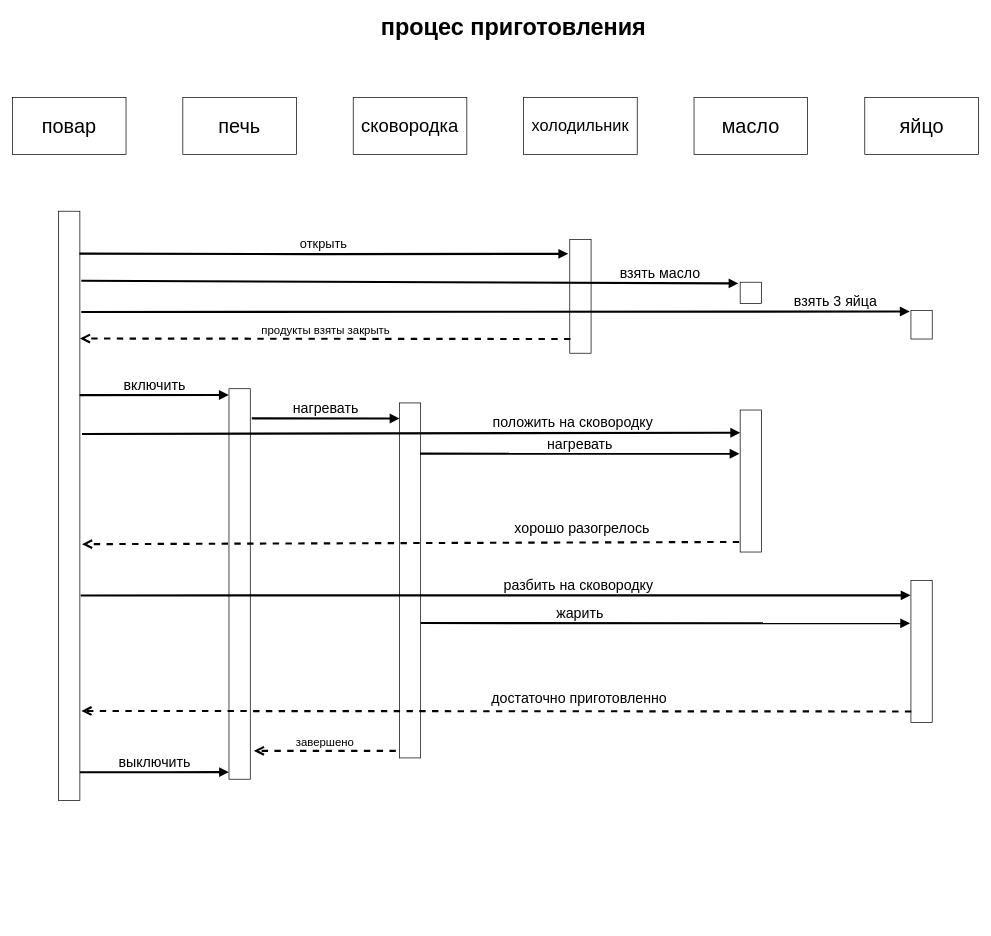
This is Untitled Diagram.drawio from NikolajGrom/Nik, a draw.io file, before an edit. Source tidied: cells renumbered, new cells numbered last; positions are measured from the earlier drawing's top-left corner, leaving out a move shared by most shapes. Both pictures are drawn from the tidied source at 71%, with x=0, y=0 at pixel (12, 12).
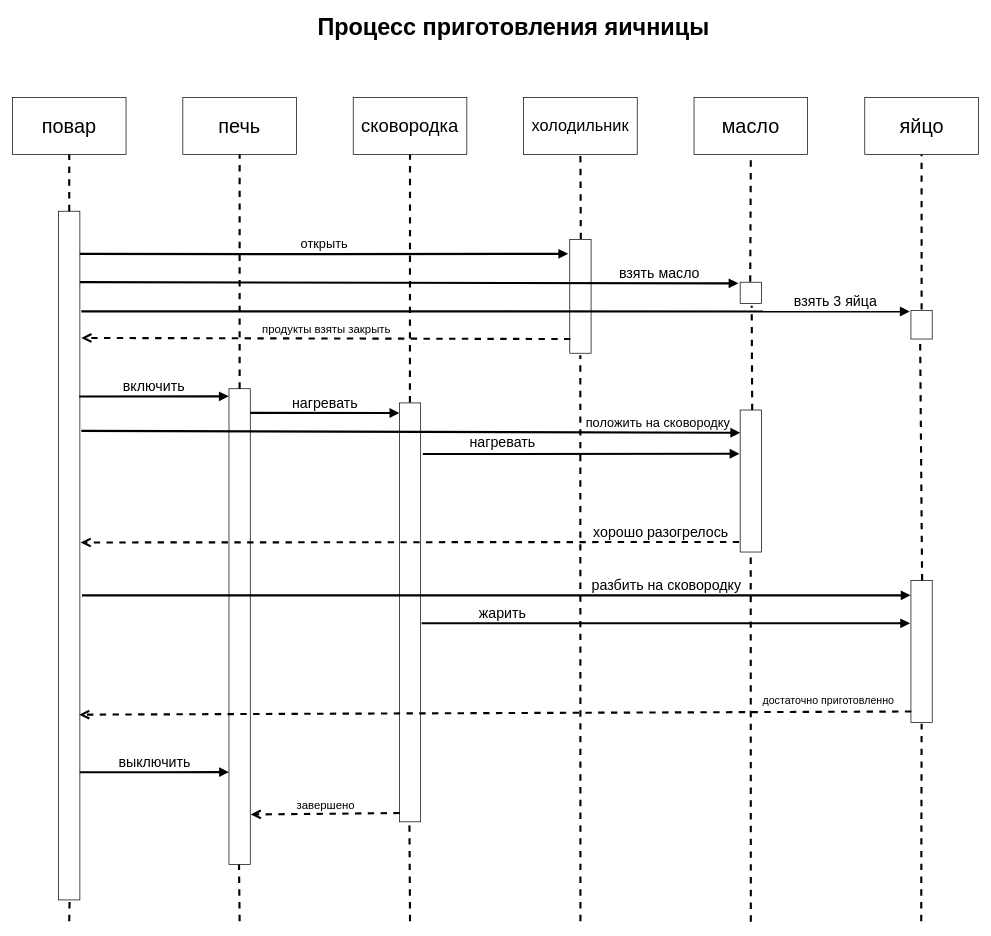
The same diagram, later.

The change refers to these unchanged cells:
```xml
<mxCell id="4" value="&lt;span style=&quot;font-size: 28px ; text-align: justify&quot;&gt;повар&lt;/span&gt;" style="whiteSpace=wrap;html=1;align=center;" parent="1" vertex="1">
  <mxGeometry y="120" width="160" height="80" as="geometry" />
</mxCell>
<mxCell id="6" value="&lt;span style=&quot;font-size: 26px ; text-align: justify&quot;&gt;сковородка&lt;/span&gt;" style="whiteSpace=wrap;html=1;align=center;" parent="1" vertex="1">
  <mxGeometry x="480" y="120" width="160" height="80" as="geometry" />
</mxCell>
<mxCell id="7" value="&lt;span style=&quot;font-size: 23px ; text-align: justify&quot;&gt;холодильник&lt;/span&gt;" style="whiteSpace=wrap;html=1;align=center;" parent="1" vertex="1">
  <mxGeometry x="720" y="120" width="160" height="80" as="geometry" />
</mxCell>
<mxCell id="8" value="&lt;span style=&quot;font-size: 28px ; text-align: justify&quot;&gt;масло&lt;/span&gt;" style="whiteSpace=wrap;html=1;align=center;" parent="1" vertex="1">
  <mxGeometry x="960" y="120" width="160" height="80" as="geometry" />
</mxCell>
<mxCell id="9" value="&lt;span style=&quot;font-size: 28px ; text-align: justify&quot;&gt;яйцо&lt;/span&gt;" style="whiteSpace=wrap;html=1;align=center;" parent="1" vertex="1">
  <mxGeometry x="1200.5" y="120" width="160" height="80" as="geometry" />
</mxCell>
<mxCell id="11" style="html=1;points=[];perimeter=orthogonalPerimeter;" parent="1" vertex="1">
  <mxGeometry x="785" y="320" width="30" height="160" as="geometry" />
</mxCell>
<mxCell id="12" style="html=1;points=[];perimeter=orthogonalPerimeter;" parent="1" vertex="1">
  <mxGeometry x="1025" y="380" width="30" height="30" as="geometry" />
</mxCell>
<mxCell id="13" style="html=1;points=[];perimeter=orthogonalPerimeter;" parent="1" vertex="1">
  <mxGeometry x="1265.5" y="420" width="30" height="40" as="geometry" />
</mxCell>
<mxCell id="19" style="html=1;points=[];perimeter=orthogonalPerimeter;" parent="1" vertex="1">
  <mxGeometry x="1025" y="560" width="30" height="200" as="geometry" />
</mxCell>
<mxCell id="20" style="html=1;points=[];perimeter=orthogonalPerimeter;" parent="1" vertex="1">
  <mxGeometry x="1265.5" y="800" width="30" height="200" as="geometry" />
</mxCell>
```

The edit, as a diff of the source:
```diff
@@
     <mxCell id="2" style="html=1;points=[];perimeter=orthogonalPerimeter;" parent="1" vertex="1">
-      <mxGeometry x="305" y="530" width="30" height="550" as="geometry" />
+      <mxGeometry x="305" y="530" width="30" height="670" as="geometry" />
     </mxCell>
     <mxCell id="3" style="html=1;points=[];perimeter=orthogonalPerimeter;" parent="1" vertex="1">
-      <mxGeometry x="545" y="550" width="30" height="500" as="geometry" />
+      <mxGeometry x="545" y="550" width="30" height="590" as="geometry" />
     </mxCell>
@@
     <mxCell id="10" style="html=1;points=[];perimeter=orthogonalPerimeter;" parent="1" vertex="1">
-      <mxGeometry x="65" y="280" width="30" height="830" as="geometry" />
+      <mxGeometry x="65" y="280" width="30" height="970" as="geometry" />
     </mxCell>
@@
-    <mxCell id="14" value="&lt;span style=&quot;font-size: 16px&quot;&gt;завершено&lt;/span&gt;" style="html=1;verticalAlign=bottom;endArrow=open;dashed=1;endSize=8;strokeWidth=3;" parent="1" edge="1">
-      <mxGeometry relative="1" as="geometry">
-        <mxPoint x="540" y="1040" as="sourcePoint" />
-        <mxPoint x="340" y="1040" as="targetPoint" />
-      </mxGeometry>
+    <mxCell id="14" value="&lt;span style=&quot;font-size: 16px&quot;&gt;завершено&lt;/span&gt;" style="html=1;verticalAlign=bottom;endArrow=open;dashed=1;endSize=8;strokeWidth=3;entryX=1.017;entryY=0.895;entryDx=0;entryDy=0;entryPerimeter=0;exitX=0.017;exitY=0.979;exitDx=0;exitDy=0;exitPerimeter=0;" parent="1" edge="1" source="3" target="2">
+      <mxGeometry relative="1" as="geometry" />
     </mxCell>
-    <mxCell id="15" value="&lt;font style=&quot;vertical-align: inherit ; font-size: 18px&quot;&gt;открыть&lt;/font&gt;" style="html=1;verticalAlign=bottom;endArrow=block;strokeWidth=3;entryX=-0.074;entryY=0.125;entryDx=0;entryDy=0;entryPerimeter=0;exitX=0.978;exitY=0.072;exitDx=0;exitDy=0;exitPerimeter=0;" parent="1" edge="1" source="10" target="11">
+    <mxCell id="15" value="&lt;font style=&quot;vertical-align: inherit ; font-size: 18px&quot;&gt;открыть&lt;/font&gt;" style="html=1;verticalAlign=bottom;endArrow=block;strokeWidth=3;entryX=-0.074;entryY=0.125;entryDx=0;entryDy=0;entryPerimeter=0;" parent="1" edge="1" target="11">
       <mxGeometry relative="1" as="geometry">
+        <mxPoint x="95" y="340" as="sourcePoint" />
         <Array as="points">
           <mxPoint x="435.2" y="340.5" />
         </Array>
       </mxGeometry>
     </mxCell>
-    <mxCell id="16" value="&lt;font style=&quot;vertical-align: inherit ; font-size: 20px&quot;&gt;взять масло&lt;/font&gt;" style="html=1;verticalAlign=bottom;endArrow=block;strokeWidth=3;exitX=1.067;exitY=0.118;exitDx=0;exitDy=0;exitPerimeter=0;entryX=-0.08;entryY=0.054;entryDx=0;entryDy=0;entryPerimeter=0;" parent="1" edge="1" source="10" target="12">
+    <mxCell id="16" value="&lt;font style=&quot;vertical-align: inherit ; font-size: 20px&quot;&gt;взять масло&lt;/font&gt;" style="html=1;verticalAlign=bottom;endArrow=block;strokeWidth=3;exitX=1;exitY=0.103;exitDx=0;exitDy=0;exitPerimeter=0;entryX=-0.08;entryY=0.054;entryDx=0;entryDy=0;entryPerimeter=0;" parent="1" edge="1" source="10" target="12">
       <mxGeometry x="0.76" relative="1" as="geometry" />
     </mxCell>
-    <mxCell id="17" value="&lt;font style=&quot;vertical-align: inherit ; font-size: 20px&quot;&gt;взять 3 яйца&lt;/font&gt;" style="html=1;verticalAlign=bottom;endArrow=block;strokeWidth=3;exitX=1.067;exitY=0.171;exitDx=0;exitDy=0;exitPerimeter=0;entryX=-0.058;entryY=0.032;entryDx=0;entryDy=0;entryPerimeter=0;" parent="1" edge="1" source="10" target="13">
-      <mxGeometry x="0.82" relative="1" as="geometry" />
+    <mxCell id="17" value="&lt;font style=&quot;vertical-align: inherit ; font-size: 20px&quot;&gt;взять 3 яйца&lt;/font&gt;" style="html=1;verticalAlign=bottom;endArrow=block;strokeWidth=3;entryX=-0.058;entryY=0.032;entryDx=0;entryDy=0;entryPerimeter=0;" parent="1" edge="1" target="13">
+      <mxGeometry x="0.82" relative="1" as="geometry">
+        <mxPoint x="97" y="421" as="sourcePoint" />
+      </mxGeometry>
     </mxCell>
-    <mxCell id="18" value="&lt;font style=&quot;vertical-align: inherit ; font-size: 20px&quot;&gt;включить&lt;/font&gt;" style="html=1;verticalAlign=bottom;endArrow=block;strokeWidth=3;exitX=0.99;exitY=0.312;exitDx=0;exitDy=0;exitPerimeter=0;entryX=-0.011;entryY=0.016;entryDx=0;entryDy=0;entryPerimeter=0;" parent="1" edge="1" source="10" target="2">
-      <mxGeometry relative="1" as="geometry" />
+    <mxCell id="18" value="&lt;font style=&quot;vertical-align: inherit ; font-size: 20px&quot;&gt;включить&lt;/font&gt;" style="html=1;verticalAlign=bottom;endArrow=block;strokeWidth=3;entryX=-0.011;entryY=0.016;entryDx=0;entryDy=0;entryPerimeter=0;" parent="1" edge="1" target="2">
+      <mxGeometry relative="1" as="geometry">
+        <mxPoint x="94" y="541" as="sourcePoint" />
+      </mxGeometry>
     </mxCell>
@@
-    <mxCell id="22" value="&lt;font style=&quot;vertical-align: inherit ; font-size: 20px&quot;&gt;нагревать&lt;/font&gt;" style="html=1;verticalAlign=bottom;endArrow=block;strokeWidth=3;exitX=1.072;exitY=0.076;exitDx=0;exitDy=0;exitPerimeter=0;entryX=0.005;entryY=0.044;entryDx=0;entryDy=0;entryPerimeter=0;" parent="1" edge="1" source="2" target="3">
-      <mxGeometry relative="1" as="geometry" />
+    <mxCell id="22" value="&lt;font style=&quot;vertical-align: inherit ; font-size: 20px&quot;&gt;нагревать&lt;/font&gt;" style="html=1;verticalAlign=bottom;endArrow=block;strokeWidth=3;entryX=-0.002;entryY=0.024;entryDx=0;entryDy=0;entryPerimeter=0;" parent="1" edge="1" target="3">
+      <mxGeometry relative="1" as="geometry">
+        <mxPoint x="335" y="564" as="sourcePoint" />
+      </mxGeometry>
     </mxCell>
-    <mxCell id="23" value="&lt;span style=&quot;font-size: 16px&quot;&gt;продукты взяты закрыть&lt;/span&gt;" style="html=1;verticalAlign=bottom;endArrow=open;dashed=1;endSize=8;strokeWidth=3;exitX=0.033;exitY=0.875;exitDx=0;exitDy=0;exitPerimeter=0;entryX=1;entryY=0.216;entryDx=0;entryDy=0;entryPerimeter=0;" parent="1" edge="1" source="11" target="10">
-      <mxGeometry relative="1" as="geometry" />
+    <mxCell id="23" value="&lt;span style=&quot;font-size: 16px&quot;&gt;продукты взяты закрыть&lt;/span&gt;" style="html=1;verticalAlign=bottom;endArrow=open;dashed=1;endSize=8;strokeWidth=3;exitX=0.033;exitY=0.875;exitDx=0;exitDy=0;exitPerimeter=0;entryX=1.067;entryY=0.184;entryDx=0;entryDy=0;entryPerimeter=0;" parent="1" edge="1" source="11" target="10">
+      <mxGeometry y="-1" relative="1" as="geometry" />
     </mxCell>
-    <mxCell id="24" value="&lt;span style=&quot;font-size: 20px&quot;&gt;нагревать&lt;/span&gt;" style="html=1;verticalAlign=bottom;endArrow=block;strokeWidth=3;exitX=0.967;exitY=0.143;exitDx=0;exitDy=0;exitPerimeter=0;entryX=-0.033;entryY=0.308;entryDx=0;entryDy=0;entryPerimeter=0;" parent="1" edge="1" source="3" target="19">
-      <mxGeometry relative="1" as="geometry" />
+    <mxCell id="24" value="&lt;span style=&quot;font-size: 20px&quot;&gt;нагревать&lt;/span&gt;" style="html=1;verticalAlign=bottom;endArrow=block;strokeWidth=3;exitX=1.1;exitY=0.122;exitDx=0;exitDy=0;exitPerimeter=0;entryX=-0.033;entryY=0.308;entryDx=0;entryDy=0;entryPerimeter=0;" parent="1" edge="1" source="3" target="19">
+      <mxGeometry x="-0.5" y="2" relative="1" as="geometry" />
     </mxCell>
-    <mxCell id="25" value="&lt;font style=&quot;font-size: 20px&quot;&gt;хорошо разогрелось&lt;/font&gt;" style="html=1;verticalAlign=bottom;endArrow=open;dashed=1;endSize=8;strokeWidth=3;exitX=-0.048;exitY=0.929;exitDx=0;exitDy=0;exitPerimeter=0;entryX=1.1;entryY=0.565;entryDx=0;entryDy=0;entryPerimeter=0;" parent="1" edge="1" source="19" target="10">
-      <mxGeometry x="-0.52" y="-7" relative="1" as="geometry" />
+    <mxCell id="25" value="&lt;font style=&quot;font-size: 20px&quot;&gt;хорошо разогрелось&lt;/font&gt;" style="html=1;verticalAlign=bottom;endArrow=open;dashed=1;endSize=8;strokeWidth=3;exitX=-0.048;exitY=0.929;exitDx=0;exitDy=0;exitPerimeter=0;entryX=1.033;entryY=0.481;entryDx=0;entryDy=0;entryPerimeter=0;startSize=8;" parent="1" edge="1" source="19" target="10">
+      <mxGeometry x="-0.76" y="1" relative="1" as="geometry" />
     </mxCell>
-    <mxCell id="26" value="&lt;span style=&quot;font-size: 20px&quot;&gt;положить на сковородку&lt;/span&gt;" style="html=1;verticalAlign=bottom;endArrow=block;strokeWidth=3;exitX=1.1;exitY=0.378;exitDx=0;exitDy=0;exitPerimeter=0;entryX=0;entryY=0.16;entryDx=0;entryDy=0;entryPerimeter=0;" parent="1" edge="1" source="10" target="19">
-      <mxGeometry x="0.49" relative="1" as="geometry" />
+    <mxCell id="26" value="&lt;font style=&quot;vertical-align: inherit ; font-size: 18px&quot;&gt;положить на сковородку&lt;/font&gt;" style="html=1;verticalAlign=bottom;endArrow=block;strokeWidth=3;exitX=1.067;exitY=0.319;exitDx=0;exitDy=0;exitPerimeter=0;entryX=0;entryY=0.16;entryDx=0;entryDy=0;entryPerimeter=0;" parent="1" edge="1" source="10" target="19">
+      <mxGeometry x="0.75" relative="1" as="geometry" />
     </mxCell>
-    <mxCell id="27" value="&lt;span style=&quot;font-size: 20px&quot;&gt;разбить на сковородку&lt;/span&gt;" style="html=1;verticalAlign=bottom;endArrow=block;strokeWidth=3;entryX=-0.017;entryY=0.105;entryDx=0;entryDy=0;entryPerimeter=0;exitX=1.038;exitY=0.652;exitDx=0;exitDy=0;exitPerimeter=0;" parent="1" edge="1" source="10" target="20">
-      <mxGeometry x="0.2" relative="1" as="geometry" />
+    <mxCell id="27" value="&lt;span style=&quot;font-size: 20px&quot;&gt;разбить на сковородку&lt;/span&gt;" style="html=1;verticalAlign=bottom;endArrow=block;strokeWidth=3;entryX=-0.017;entryY=0.105;entryDx=0;entryDy=0;entryPerimeter=0;" parent="1" edge="1" target="20">
+      <mxGeometry x="0.41" relative="1" as="geometry">
+        <mxPoint x="98" y="821" as="sourcePoint" />
+      </mxGeometry>
     </mxCell>
-    <mxCell id="28" value="&lt;span style=&quot;font-size: 20px&quot;&gt;жарить&lt;/span&gt;" style="html=1;verticalAlign=bottom;endArrow=block;strokeWidth=3;exitX=1.001;exitY=0.62;exitDx=0;exitDy=0;exitPerimeter=0;entryX=-0.039;entryY=0.302;entryDx=0;entryDy=0;entryPerimeter=0;" parent="1" edge="1" source="3" target="20">
-      <mxGeometry x="-0.35" relative="1" as="geometry" />
+    <mxCell id="28" value="&lt;span style=&quot;font-size: 20px&quot;&gt;жарить&lt;/span&gt;" style="html=1;verticalAlign=bottom;endArrow=block;strokeWidth=3;exitX=1.044;exitY=0.526;exitDx=0;exitDy=0;exitPerimeter=0;entryX=-0.039;entryY=0.302;entryDx=0;entryDy=0;entryPerimeter=0;" parent="1" edge="1" source="3" target="20">
+      <mxGeometry x="-0.67" relative="1" as="geometry" />
     </mxCell>
-    <mxCell id="29" value="&lt;font style=&quot;font-size: 20px&quot;&gt;достаточно приготовленно&lt;/font&gt;" style="html=1;verticalAlign=bottom;endArrow=open;dashed=1;endSize=8;strokeWidth=3;exitX=0.017;exitY=0.923;exitDx=0;exitDy=0;exitPerimeter=0;entryX=1.072;entryY=0.848;entryDx=0;entryDy=0;entryPerimeter=0;" parent="1" edge="1" source="20" target="10">
-      <mxGeometry x="-0.2" y="-4" relative="1" as="geometry" />
+    <mxCell id="29" value="&lt;font style=&quot;font-size: 15px&quot;&gt;достаточно приготовленно&lt;/font&gt;" style="html=1;verticalAlign=bottom;endArrow=open;dashed=1;endSize=8;strokeWidth=3;exitX=0.017;exitY=0.923;exitDx=0;exitDy=0;exitPerimeter=0;entryX=0.967;entryY=0.731;entryDx=0;entryDy=0;entryPerimeter=0;" parent="1" edge="1" source="20" target="10">
+      <mxGeometry x="-0.8" y="-5" relative="1" as="geometry" />
     </mxCell>
-    <mxCell id="30" value="&lt;font style=&quot;font-size: 33px&quot;&gt;процес приготовления&amp;nbsp;&lt;/font&gt;" style="text;strokeColor=none;fillColor=none;html=1;fontSize=24;fontStyle=1;verticalAlign=middle;align=center;" parent="1" vertex="1">
+    <mxCell id="30" value="&lt;font style=&quot;font-size: 33px&quot;&gt;Процесс приготовления яичницы&amp;nbsp;&lt;/font&gt;" style="text;strokeColor=none;fillColor=none;html=1;fontSize=24;fontStyle=1;verticalAlign=middle;align=center;" parent="1" vertex="1">
       <mxGeometry x="430" width="560" height="40" as="geometry" />
     </mxCell>
+    <mxCell id="31" style="endArrow=none;dashed=1;html=1;startSize=8;strokeWidth=3;entryX=0.5;entryY=1;entryDx=0;entryDy=0;" parent="1" edge="1" target="4">
+      <mxGeometry relative="1" as="geometry">
+        <mxPoint x="80" y="280" as="sourcePoint" />
+      </mxGeometry>
+    </mxCell>
+    <mxCell id="32" style="endArrow=none;dashed=1;html=1;startSize=8;strokeWidth=3;" parent="1" edge="1">
+      <mxGeometry relative="1" as="geometry">
+        <mxPoint x="320" y="530" as="sourcePoint" />
+        <mxPoint x="320" y="200" as="targetPoint" />
+      </mxGeometry>
+    </mxCell>
+    <mxCell id="33" style="endArrow=none;dashed=1;html=1;startSize=8;strokeWidth=3;entryX=0.472;entryY=1;entryDx=0;entryDy=0;entryPerimeter=0;" parent="1" edge="1" target="2">
+      <mxGeometry relative="1" as="geometry">
+        <mxPoint x="320" y="1280" as="sourcePoint" />
+      </mxGeometry>
+    </mxCell>
+    <mxCell id="34" style="endArrow=none;dashed=1;html=1;startSize=8;strokeWidth=3;entryX=0.518;entryY=1;entryDx=0;entryDy=0;entryPerimeter=0;" parent="1" edge="1" target="10">
+      <mxGeometry relative="1" as="geometry">
+        <mxPoint x="80" y="1280" as="sourcePoint" />
+      </mxGeometry>
+    </mxCell>
+    <mxCell id="35" style="endArrow=none;dashed=1;html=1;startSize=8;strokeWidth=3;entryX=0.472;entryY=1;entryDx=0;entryDy=0;entryPerimeter=0;" parent="1" edge="1" target="3">
+      <mxGeometry relative="1" as="geometry">
+        <mxPoint x="560" y="1280" as="sourcePoint" />
+      </mxGeometry>
+    </mxCell>
+    <mxCell id="36" style="endArrow=none;dashed=1;html=1;startSize=8;strokeWidth=3;entryX=0.495;entryY=1.017;entryDx=0;entryDy=0;entryPerimeter=0;" parent="1" edge="1" target="11">
+      <mxGeometry relative="1" as="geometry">
+        <mxPoint x="800" y="1280" as="sourcePoint" />
+      </mxGeometry>
+    </mxCell>
+    <mxCell id="37" style="endArrow=none;dashed=1;html=1;startSize=8;strokeWidth=3;exitX=0.518;exitY=-0.005;exitDx=0;exitDy=0;exitPerimeter=0;entryX=0.5;entryY=1;entryDx=0;entryDy=0;" parent="1" edge="1" source="11" target="7">
+      <mxGeometry relative="1" as="geometry" />
+    </mxCell>
+    <mxCell id="38" style="endArrow=none;dashed=1;html=1;startSize=8;strokeWidth=3;entryX=0.5;entryY=1;entryDx=0;entryDy=0;exitX=0.495;exitY=-0.001;exitDx=0;exitDy=0;exitPerimeter=0;" parent="1" edge="1" source="3" target="6">
+      <mxGeometry relative="1" as="geometry" />
+    </mxCell>
+    <mxCell id="39" style="endArrow=none;dashed=1;html=1;startSize=8;strokeWidth=3;entryX=0.5;entryY=1;entryDx=0;entryDy=0;exitX=0.472;exitY=-0.025;exitDx=0;exitDy=0;exitPerimeter=0;" parent="1" edge="1" source="12" target="8">
+      <mxGeometry relative="1" as="geometry" />
+    </mxCell>
+    <mxCell id="40" style="endArrow=none;dashed=1;html=1;startSize=8;strokeWidth=3;entryX=0.541;entryY=1.101;entryDx=0;entryDy=0;entryPerimeter=0;exitX=0.564;exitY=0;exitDx=0;exitDy=0;exitPerimeter=0;" parent="1" edge="1" source="19" target="12">
+      <mxGeometry relative="1" as="geometry" />
+    </mxCell>
+    <mxCell id="41" style="endArrow=none;dashed=1;html=1;startSize=8;strokeWidth=3;entryX=0.495;entryY=1.01;entryDx=0;entryDy=0;entryPerimeter=0;" parent="1" edge="1" target="19">
+      <mxGeometry relative="1" as="geometry">
+        <mxPoint x="1040" y="1280.7" as="sourcePoint" />
+      </mxGeometry>
+    </mxCell>
+    <mxCell id="42" style="endArrow=none;dashed=1;html=1;startSize=8;strokeWidth=3;entryX=0.433;entryY=1.05;entryDx=0;entryDy=0;exitX=0.525;exitY=0;exitDx=0;exitDy=0;exitPerimeter=0;entryPerimeter=0;" parent="1" edge="1" source="20" target="13">
+      <mxGeometry relative="1" as="geometry" />
+    </mxCell>
+    <mxCell id="43" style="endArrow=none;dashed=1;html=1;startSize=8;strokeWidth=3;entryX=0.502;entryY=1.01;entryDx=0;entryDy=0;entryPerimeter=0;" parent="1" edge="1" target="20">
+      <mxGeometry relative="1" as="geometry">
+        <mxPoint x="1280" y="1280" as="sourcePoint" />
+      </mxGeometry>
+    </mxCell>
+    <mxCell id="44" style="endArrow=none;dashed=1;html=1;startSize=8;strokeWidth=3;entryX=0.5;entryY=1;entryDx=0;entryDy=0;exitX=0.502;exitY=-0.036;exitDx=0;exitDy=0;exitPerimeter=0;" parent="1" edge="1" source="13" target="9">
+      <mxGeometry relative="1" as="geometry" />
+    </mxCell>
```
